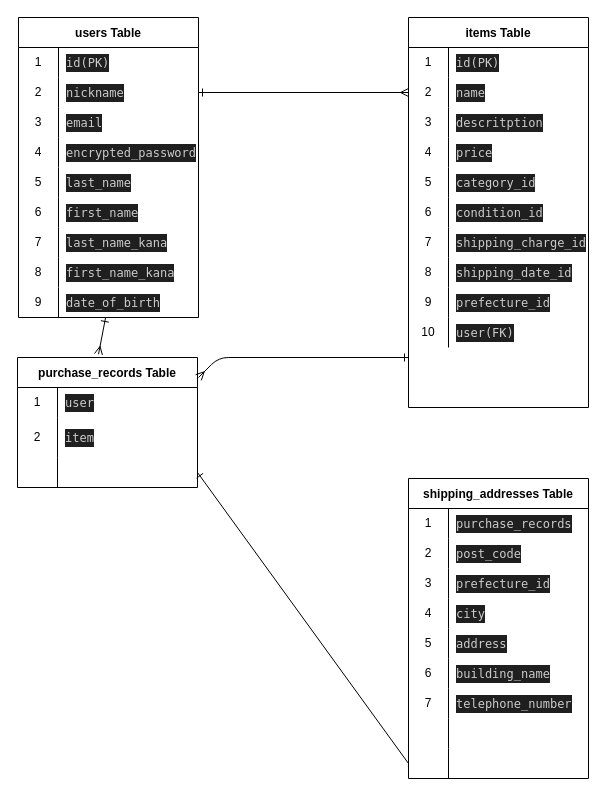
Before: furima.dio in nakayamahiroshi164/furima-39827, a draw.io diagram. Source tidied: cells renumbered, new cells numbered last; positions are measured from the earlier drawing's top-left corner, leaving out a move shared by most shapes. Both pictures are drawn from the tidied source at 100%, with x=0, y=0 at pixel (17, 17).
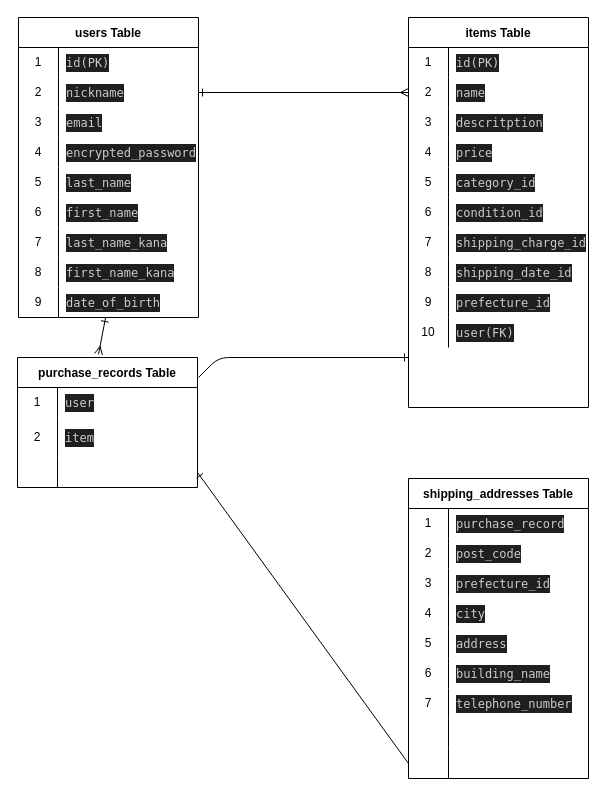
Above is the later version.

The change refers to these unchanged cells:
```xml
<mxCell id="73" style="shape=tableRow;horizontal=0;startSize=0;swimlaneHead=0;swimlaneBody=0;top=0;left=0;bottom=0;right=0;fillColor=none;" parent="72" vertex="1">
  <mxGeometry y="30" width="180" height="30" as="geometry" />
</mxCell>
```

Change to the diagram source:
```diff
@@
-    <mxCell id="75" value="&lt;div style=&quot;color: rgb(204, 204, 204); background-color: rgb(31, 31, 31); font-family: Menlo, Monaco, &amp;quot;Courier New&amp;quot;, monospace; line-height: 18px;&quot;&gt;purchase_records&lt;/div&gt;" style="shape=partialRectangle;html=1;whiteSpace=wrap;fillColor=none;top=0;left=0;bottom=0;right=0;align=left;spacingLeft=6;overflow=hidden;" parent="73" vertex="1">
+    <mxCell id="75" value="&lt;div style=&quot;color: rgb(204, 204, 204); background-color: rgb(31, 31, 31); font-family: Menlo, Monaco, &amp;quot;Courier New&amp;quot;, monospace; line-height: 18px;&quot;&gt;purchase_record&lt;/div&gt;" style="shape=partialRectangle;html=1;whiteSpace=wrap;fillColor=none;top=0;left=0;bottom=0;right=0;align=left;spacingLeft=6;overflow=hidden;" parent="73" vertex="1">
       <mxGeometry x="40" width="140" height="30" as="geometry" />
     </mxCell>
@@
-    <mxCell id="103" style="edgeStyle=none;html=1;endArrow=ERone;endFill=0;startArrow=ERmany;startFill=0;" parent="1" edge="1">
+    <mxCell id="103" style="edgeStyle=none;html=1;endArrow=ERone;endFill=0;startArrow=none;startFill=0;" parent="1" edge="1">
       <mxGeometry relative="1" as="geometry">
         <mxPoint x="181" y="360" as="sourcePoint" />
         <mxPoint x="391" y="340" as="targetPoint" />
         <Array as="points">
           <mxPoint x="201" y="340" />
         </Array>
       </mxGeometry>
     </mxCell>
```
